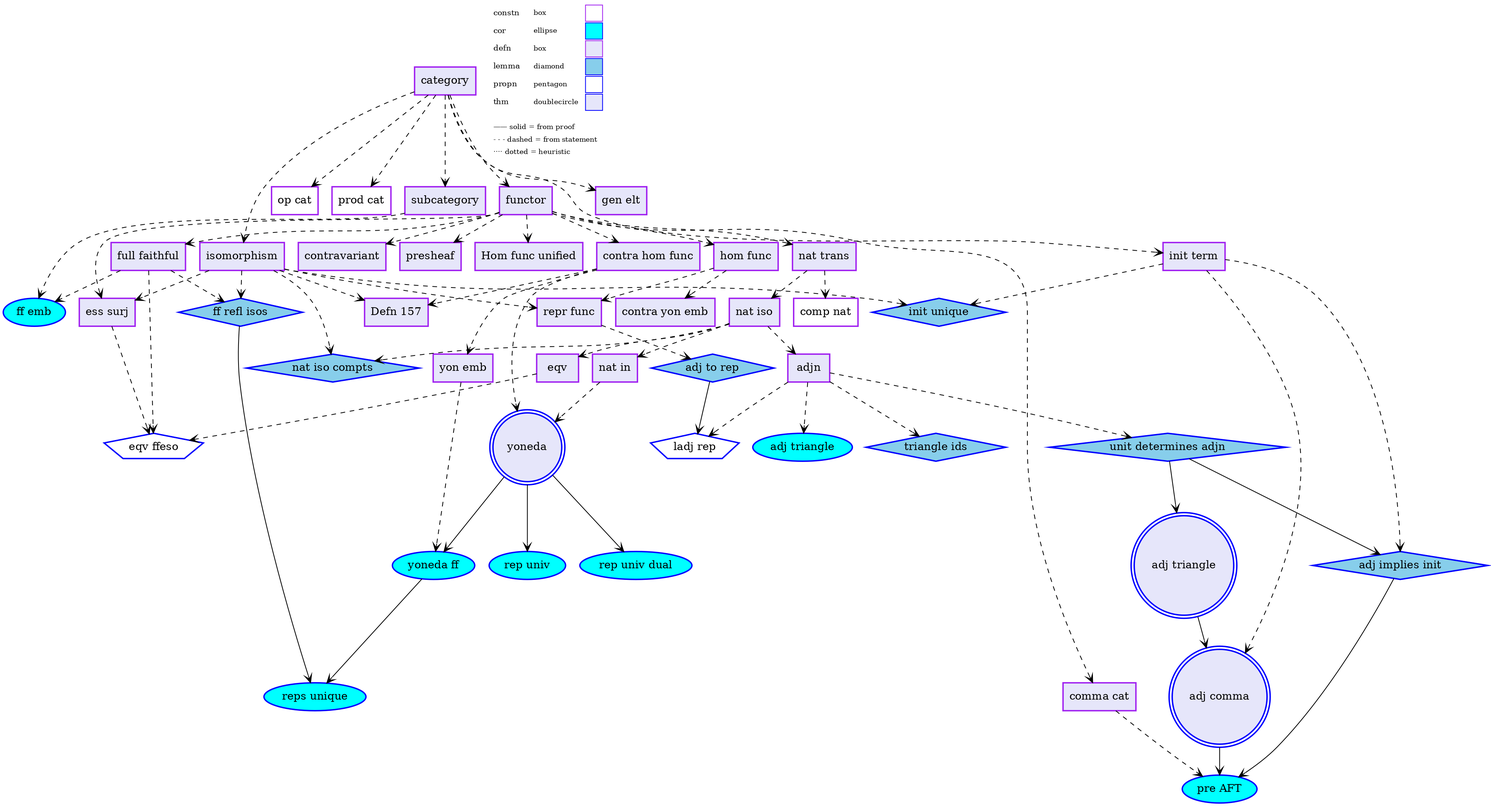
Above: BCT-condensed/BCT_with_uses-knowtex/manual-graph-BCT.png in ElifUskuplu/KnowTex (Graphviz), before the change. Its source is kept beside it as BCT-condensed/BCT_with_uses-knowtex/manual-graph-BCT.dot. Source of this version:
```dot
digraph "" {
	graph [bgcolor=transparent];
	node [label="\N",
		penwidth=1.8
	];
	edge [arrowhead=vee];
	"defn:category"	[URL="defn:category",
		color=Purple,
		fillcolor=Lavender,
		label=category,
		shape=box,
		style=filled,
		tooltip="defn:category"];
	"defn:isomorphism"	[URL="defn:isomorphism",
		color=Purple,
		fillcolor=Lavender,
		label=isomorphism,
		shape=box,
		style=filled,
		tooltip="defn:isomorphism"];
	"defn:category" -> "defn:isomorphism"	[style=dashed];
	"constn:op-cat"	[URL="constn:op-cat",
		color=Purple,
		fillcolor=White,
		label="op cat",
		shape=box,
		style=filled,
		tooltip="constn:op-cat"];
	"defn:category" -> "constn:op-cat"	[style=dashed];
	"constn:prod-cat"	[URL="constn:prod-cat",
		color=Purple,
		fillcolor=White,
		label="prod cat",
		shape=box,
		style=filled,
		tooltip="constn:prod-cat"];
	"defn:category" -> "constn:prod-cat"	[style=dashed];
	"defn:functor"	[URL="defn:functor",
		color=Purple,
		fillcolor=Lavender,
		label=functor,
		shape=box,
		style=filled,
		tooltip="defn:functor"];
	"defn:category" -> "defn:functor"	[style=dashed];
	"defn:subcategory"	[URL="defn:subcategory",
		color=Purple,
		fillcolor=Lavender,
		label=subcategory,
		shape=box,
		style=filled,
		tooltip="defn:subcategory"];
	"defn:category" -> "defn:subcategory"	[style=dashed];
	"defn:init-term"	[URL="defn:init-term",
		color=Purple,
		fillcolor=Lavender,
		label="init term",
		shape=box,
		style=filled,
		tooltip="defn:init-term"];
	"defn:category" -> "defn:init-term"	[style=dashed];
	"defn:gen-elt"	[URL="defn:gen-elt",
		color=Purple,
		fillcolor=Lavender,
		label="gen elt",
		shape=box,
		style=filled,
		tooltip="defn:gen-elt"];
	"defn:category" -> "defn:gen-elt"	[style=dashed];
	"lemma:nat-iso-compts"	[URL="lemma:nat-iso-compts",
		color=Blue,
		fillcolor=SkyBlue,
		label="nat iso compts",
		shape=diamond,
		style=filled,
		tooltip="lemma:nat-iso-compts"];
	"defn:isomorphism" -> "lemma:nat-iso-compts"	[style=dashed];
	"defn:ess-surj"	[URL="defn:ess-surj",
		color=Purple,
		fillcolor=Lavender,
		label="ess surj",
		shape=box,
		style=filled,
		tooltip="defn:ess-surj"];
	"defn:isomorphism" -> "defn:ess-surj"	[style=dashed];
	"lemma:init-unique"	[URL="lemma:init-unique",
		color=Blue,
		fillcolor=SkyBlue,
		label="init unique",
		shape=diamond,
		style=filled,
		tooltip="lemma:init-unique"];
	"defn:isomorphism" -> "lemma:init-unique"	[style=dashed];
	"defn:repr-func"	[URL="defn:repr-func",
		color=Purple,
		fillcolor=Lavender,
		label="repr func",
		shape=box,
		style=filled,
		tooltip="defn:repr-func"];
	"defn:isomorphism" -> "defn:repr-func"	[style=dashed];
	"contra-repr-func"	[URL="contra-repr-func",
		color=Purple,
		fillcolor=Lavender,
		label="Defn 157",
		shape=box,
		style=filled,
		tooltip="contra-repr-func"];
	"defn:isomorphism" -> "contra-repr-func"	[style=dashed];
	"lemma:ff-refl-isos"	[URL="lemma:ff-refl-isos",
		color=Blue,
		fillcolor=SkyBlue,
		label="ff refl isos",
		shape=diamond,
		style=filled,
		tooltip="lemma:ff-refl-isos"];
	"defn:isomorphism" -> "lemma:ff-refl-isos"	[style=dashed];
	"defn:functor" -> "defn:ess-surj"	[style=dashed];
	"defn:nat-trans"	[URL="defn:nat-trans",
		color=Purple,
		fillcolor=Lavender,
		label="nat trans",
		shape=box,
		style=filled,
		tooltip="defn:nat-trans"];
	"defn:functor" -> "defn:nat-trans"	[style=dashed];
	"defn:comma-cat"	[URL="defn:comma-cat",
		color=Purple,
		fillcolor=Lavender,
		label="comma cat",
		shape=box,
		style=filled,
		tooltip="defn:comma-cat"];
	"defn:functor" -> "defn:comma-cat"	[style=dashed];
	"defn:contravariant"	[URL="defn:contravariant",
		color=Purple,
		fillcolor=Lavender,
		label=contravariant,
		shape=box,
		style=filled,
		tooltip="defn:contravariant"];
	"defn:functor" -> "defn:contravariant"	[style=dashed];
	"defn:presheaf"	[URL="defn:presheaf",
		color=Purple,
		fillcolor=Lavender,
		label=presheaf,
		shape=box,
		style=filled,
		tooltip="defn:presheaf"];
	"defn:functor" -> "defn:presheaf"	[style=dashed];
	"defn:full-faithful"	[URL="defn:full-faithful",
		color=Purple,
		fillcolor=Lavender,
		label="full faithful",
		shape=box,
		style=filled,
		tooltip="defn:full-faithful"];
	"defn:functor" -> "defn:full-faithful"	[style=dashed];
	"defn:hom-func"	[URL="defn:hom-func",
		color=Purple,
		fillcolor=Lavender,
		label="hom func",
		shape=box,
		style=filled,
		tooltip="defn:hom-func"];
	"defn:functor" -> "defn:hom-func"	[style=dashed];
	"defn:contra-hom-func"	[URL="defn:contra-hom-func",
		color=Purple,
		fillcolor=Lavender,
		label="contra hom func",
		shape=box,
		style=filled,
		tooltip="defn:contra-hom-func"];
	"defn:functor" -> "defn:contra-hom-func"	[style=dashed];
	"defn:Hom-func-unified"	[URL="defn:Hom-func-unified",
		color=Purple,
		fillcolor=Lavender,
		label="Hom func unified",
		shape=box,
		style=filled,
		tooltip="defn:Hom-func-unified"];
	"defn:functor" -> "defn:Hom-func-unified"	[style=dashed];
	"cor:ff-emb"	[URL="cor:ff-emb",
		color=Blue,
		fillcolor=Cyan,
		label="ff emb",
		shape=ellipse,
		style=filled,
		tooltip="cor:ff-emb"];
	"defn:subcategory" -> "cor:ff-emb"	[style=dashed];
	"defn:init-term" -> "lemma:init-unique"	[style=dashed];
	"lemma:adj-implies-init"	[URL="lemma:adj-implies-init",
		color=Blue,
		fillcolor=SkyBlue,
		label="adj implies init",
		shape=diamond,
		style=filled,
		tooltip="lemma:adj-implies-init"];
	"defn:init-term" -> "lemma:adj-implies-init"	[style=dashed];
	"thm:adj-comma"	[URL="thm:adj-comma",
		color=Blue,
		fillcolor=Lavender,
		label="adj comma",
		shape=doublecircle,
		style=filled,
		tooltip="thm:adj-comma"];
	"defn:init-term" -> "thm:adj-comma"	[style=dashed];
	"propn:eqv-ffeso"	[URL="propn:eqv-ffeso",
		color=Blue,
		fillcolor=White,
		label="eqv ffeso",
		shape=pentagon,
		style=filled,
		tooltip="propn:eqv-ffeso"];
	"defn:ess-surj" -> "propn:eqv-ffeso"	[style=dashed];
	"lemma:adj-to-rep"	[URL="lemma:adj-to-rep",
		color=Blue,
		fillcolor=SkyBlue,
		label="adj to rep",
		shape=diamond,
		style=filled,
		tooltip="lemma:adj-to-rep"];
	"defn:repr-func" -> "lemma:adj-to-rep"	[style=dashed];
	"cor:reps-unique"	[URL="cor:reps-unique",
		color=Blue,
		fillcolor=Cyan,
		label="reps unique",
		shape=ellipse,
		style=filled,
		tooltip="cor:reps-unique"];
	"lemma:ff-refl-isos" -> "cor:reps-unique"	[style=solid];
	"constn:comp-nat"	[URL="constn:comp-nat",
		color=Purple,
		fillcolor=White,
		label="comp nat",
		shape=box,
		style=filled,
		tooltip="constn:comp-nat"];
	"defn:nat-trans" -> "constn:comp-nat"	[style=dashed];
	"defn:nat-iso"	[URL="defn:nat-iso",
		color=Purple,
		fillcolor=Lavender,
		label="nat iso",
		shape=box,
		style=filled,
		tooltip="defn:nat-iso"];
	"defn:nat-trans" -> "defn:nat-iso"	[style=dashed];
	"cor:pre-AFT"	[URL="cor:pre-AFT",
		color=Blue,
		fillcolor=Cyan,
		label="pre AFT",
		shape=ellipse,
		style=filled,
		tooltip="cor:pre-AFT"];
	"defn:comma-cat" -> "cor:pre-AFT"	[style=dashed];
	"defn:full-faithful" -> "lemma:ff-refl-isos"	[style=dashed];
	"defn:full-faithful" -> "cor:ff-emb"	[style=dashed];
	"defn:full-faithful" -> "propn:eqv-ffeso"	[style=dashed];
	"defn:hom-func" -> "defn:repr-func"	[style=dashed];
	"defn:contra-yon-emb"	[URL="defn:contra-yon-emb",
		color=Purple,
		fillcolor=Lavender,
		label="contra yon emb",
		shape=box,
		style=filled,
		tooltip="defn:contra-yon-emb"];
	"defn:hom-func" -> "defn:contra-yon-emb"	[style=dashed];
	"defn:contra-hom-func" -> "contra-repr-func"	[style=dashed];
	"thm:yoneda"	[URL="thm:yoneda",
		color=Blue,
		fillcolor=Lavender,
		label=yoneda,
		shape=doublecircle,
		style=filled,
		tooltip="thm:yoneda"];
	"defn:contra-hom-func" -> "thm:yoneda"	[style=dashed];
	"defn:yon-emb"	[URL="defn:yon-emb",
		color=Purple,
		fillcolor=Lavender,
		label="yon emb",
		shape=box,
		style=filled,
		tooltip="defn:yon-emb"];
	"defn:contra-hom-func" -> "defn:yon-emb"	[style=dashed];
	"defn:nat-iso" -> "lemma:nat-iso-compts"	[style=dashed];
	"defn:adjn"	[URL="defn:adjn",
		color=Purple,
		fillcolor=Lavender,
		label=adjn,
		shape=box,
		style=filled,
		tooltip="defn:adjn"];
	"defn:nat-iso" -> "defn:adjn"	[style=dashed];
	"defn:nat-in"	[URL="defn:nat-in",
		color=Purple,
		fillcolor=Lavender,
		label="nat in",
		shape=box,
		style=filled,
		tooltip="defn:nat-in"];
	"defn:nat-iso" -> "defn:nat-in"	[style=dashed];
	"defn:eqv"	[URL="defn:eqv",
		color=Purple,
		fillcolor=Lavender,
		label=eqv,
		shape=box,
		style=filled,
		tooltip="defn:eqv"];
	"defn:nat-iso" -> "defn:eqv"	[style=dashed];
	"lemma:triangle-ids"	[URL="lemma:triangle-ids",
		color=Blue,
		fillcolor=SkyBlue,
		label="triangle ids",
		shape=diamond,
		style=filled,
		tooltip="lemma:triangle-ids"];
	"defn:adjn" -> "lemma:triangle-ids"	[style=dashed];
	"lemma:unit-determines-adjn"	[URL="lemma:unit-determines-adjn",
		color=Blue,
		fillcolor=SkyBlue,
		label="unit determines adjn",
		shape=diamond,
		style=filled,
		tooltip="lemma:unit-determines-adjn"];
	"defn:adjn" -> "lemma:unit-determines-adjn"	[style=dashed];
	"cor:adj-triangle"	[URL="cor:adj-triangle",
		color=Blue,
		fillcolor=Cyan,
		label="adj triangle",
		shape=ellipse,
		style=filled,
		tooltip="cor:adj-triangle"];
	"defn:adjn" -> "cor:adj-triangle"	[style=dashed];
	"propn:ladj-rep"	[URL="propn:ladj-rep",
		color=Blue,
		fillcolor=White,
		label="ladj rep",
		shape=pentagon,
		style=filled,
		tooltip="propn:ladj-rep"];
	"defn:adjn" -> "propn:ladj-rep"	[style=dashed];
	"lemma:unit-determines-adjn" -> "lemma:adj-implies-init"	[style=solid];
	"thm:adj-triangle"	[URL="thm:adj-triangle",
		color=Blue,
		fillcolor=Lavender,
		label="adj triangle",
		shape=doublecircle,
		style=filled,
		tooltip="thm:adj-triangle"];
	"lemma:unit-determines-adjn" -> "thm:adj-triangle"	[style=solid];
	"lemma:adj-implies-init" -> "cor:pre-AFT"	[style=solid];
	"thm:adj-comma" -> "cor:pre-AFT"	[style=solid];
	"lemma:adj-to-rep" -> "propn:ladj-rep"	[style=solid];
	"cor:yoneda-ff"	[URL="cor:yoneda-ff",
		color=Blue,
		fillcolor=Cyan,
		label="yoneda ff",
		shape=ellipse,
		style=filled,
		tooltip="cor:yoneda-ff"];
	"thm:yoneda" -> "cor:yoneda-ff"	[style=solid];
	"cor:rep-univ"	[URL="cor:rep-univ",
		color=Blue,
		fillcolor=Cyan,
		label="rep univ",
		shape=ellipse,
		style=filled,
		tooltip="cor:rep-univ"];
	"thm:yoneda" -> "cor:rep-univ"	[style=solid];
	"cor:rep-univ-dual"	[URL="cor:rep-univ-dual",
		color=Blue,
		fillcolor=Cyan,
		label="rep univ dual",
		shape=ellipse,
		style=filled,
		tooltip="cor:rep-univ-dual"];
	"thm:yoneda" -> "cor:rep-univ-dual"	[style=solid];
	"defn:yon-emb" -> "cor:yoneda-ff"	[style=dashed];
	"defn:nat-in" -> "thm:yoneda"	[style=dashed];
	"defn:eqv" -> "propn:eqv-ffeso"	[style=dashed];
	"cor:yoneda-ff" -> "cor:reps-unique"	[style=solid];
	"thm:adj-triangle" -> "thm:adj-comma"	[style=solid];
	__legend__	[label=<<TABLE BORDER="0" CELLBORDER="0" CELLSPACING="2"><TR><TD ALIGN="LEFT"><FONT POINT-SIZE="10">constn</FONT></TD><TD ALIGN="LEFT"><FONT POINT-SIZE="9">box</FONT></TD><TD BGCOLOR="White" BORDER="1" COLOR="Purple">  </TD></TR><TR><TD ALIGN="LEFT"><FONT POINT-SIZE="10">cor</FONT></TD><TD ALIGN="LEFT"><FONT POINT-SIZE="9">ellipse</FONT></TD><TD BGCOLOR="Cyan" BORDER="1" COLOR="Blue">  </TD></TR><TR><TD ALIGN="LEFT"><FONT POINT-SIZE="10">defn</FONT></TD><TD ALIGN="LEFT"><FONT POINT-SIZE="9">box</FONT></TD><TD BGCOLOR="Lavender" BORDER="1" COLOR="Purple">  </TD></TR><TR><TD ALIGN="LEFT"><FONT POINT-SIZE="10">lemma</FONT></TD><TD ALIGN="LEFT"><FONT POINT-SIZE="9">diamond</FONT></TD><TD BGCOLOR="SkyBlue" BORDER="1" COLOR="Blue">  </TD></TR><TR><TD ALIGN="LEFT"><FONT POINT-SIZE="10">propn</FONT></TD><TD ALIGN="LEFT"><FONT POINT-SIZE="9">pentagon</FONT></TD><TD BGCOLOR="White" BORDER="1" COLOR="Blue">  </TD></TR><TR><TD ALIGN="LEFT"><FONT POINT-SIZE="10">thm</FONT></TD><TD ALIGN="LEFT"><FONT POINT-SIZE="9">doublecircle</FONT></TD><TD BGCOLOR="Lavender" BORDER="1" COLOR="Blue">  </TD></TR><TR><TD COLSPAN="3"><FONT POINT-SIZE="6"> </FONT></TD></TR><TR><TD ALIGN="LEFT" COLSPAN="3"><FONT POINT-SIZE="9">&#8212;&#8212; solid = from proof</FONT></TD></TR><TR><TD ALIGN="LEFT" COLSPAN="3"><FONT POINT-SIZE="9">- - - dashed = from statement</FONT></TD></TR><TR><TD ALIGN="LEFT" COLSPAN="3"><FONT POINT-SIZE="9">&#183;&#183;&#183;&#183; dotted = heuristic</FONT></TD></TR></TABLE>>,
		margin=0,
		shape=none];
}
```
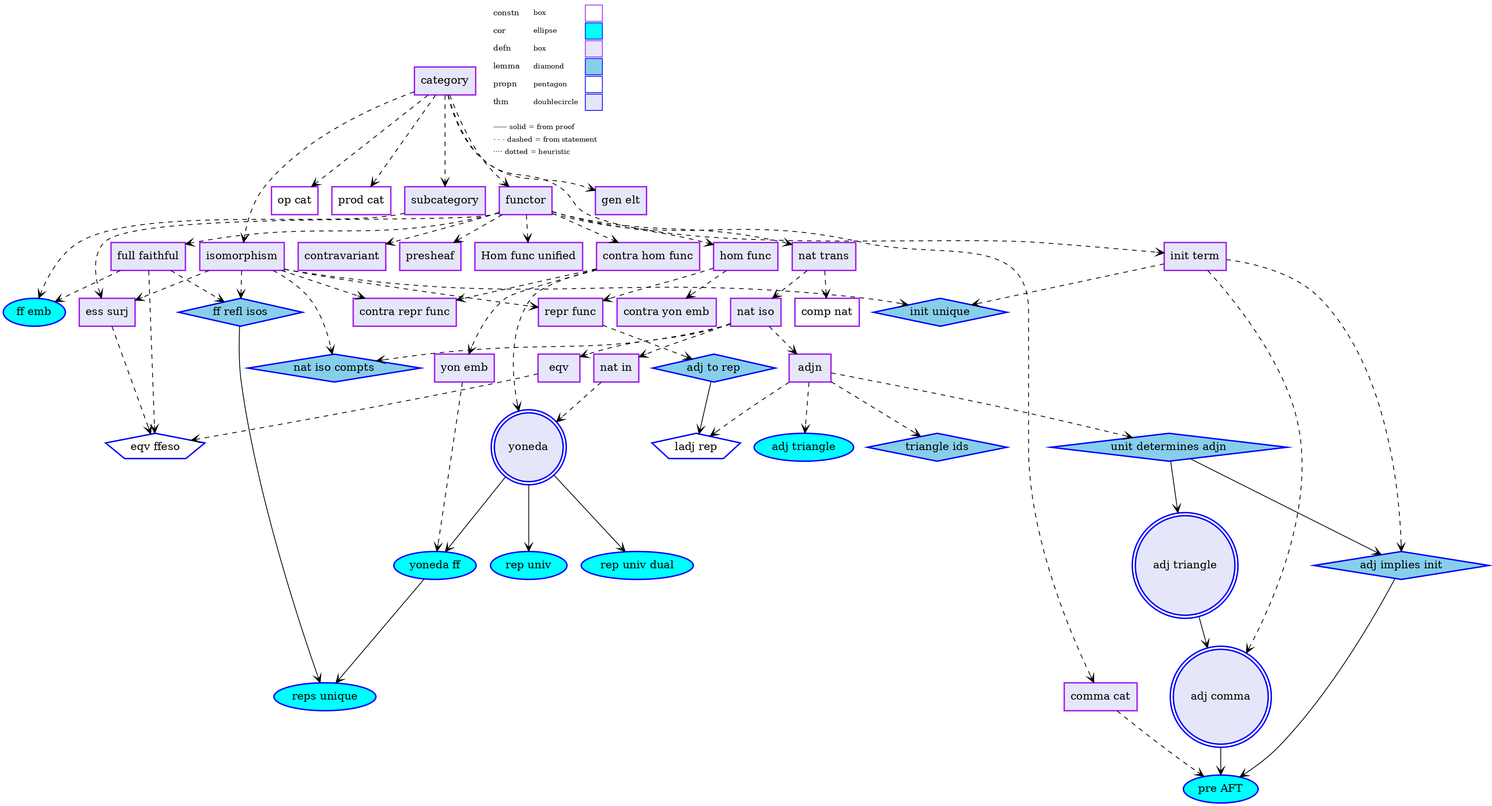
Above is the later version.

Commit message:
fixing a label in manual BCT

Change to the diagram source:
```diff
@@ -99,14 +99,14 @@
 		style=filled,
 		tooltip="defn:repr-func"];
 	"defn:isomorphism" -> "defn:repr-func"	[style=dashed];
-	"contra-repr-func"	[URL="contra-repr-func",
+	"defn:contra-repr-func"	[URL="defn:contra-repr-func",
 		color=Purple,
 		fillcolor=Lavender,
-		label="Defn 157",
+		label="contra repr func",
 		shape=box,
 		style=filled,
-		tooltip="contra-repr-func"];
-	"defn:isomorphism" -> "contra-repr-func"	[style=dashed];
+		tooltip="defn:contra-repr-func"];
+	"defn:isomorphism" -> "defn:contra-repr-func"	[style=dashed];
 	"lemma:ff-refl-isos"	[URL="lemma:ff-refl-isos",
 		color=Blue,
 		fillcolor=SkyBlue,
@@ -265,7 +265,7 @@
 		style=filled,
 		tooltip="defn:contra-yon-emb"];
 	"defn:hom-func" -> "defn:contra-yon-emb"	[style=dashed];
-	"defn:contra-hom-func" -> "contra-repr-func"	[style=dashed];
+	"defn:contra-hom-func" -> "defn:contra-repr-func"	[style=dashed];
 	"thm:yoneda"	[URL="thm:yoneda",
 		color=Blue,
 		fillcolor=Lavender,
```
